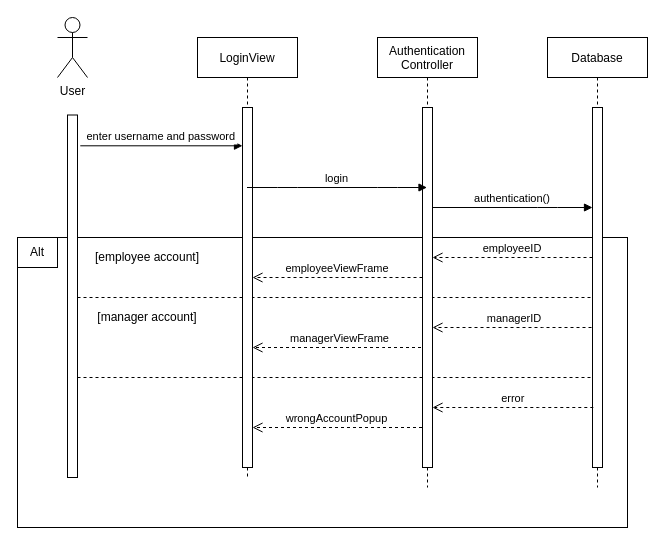
Above: Diagram/Sequence Diagram/Login.drawio in hakunhan/employee_management (draw.io), before the change. Source tidied: cells renumbered, new cells numbered last; positions are measured from the earlier drawing's top-left corner, leaving out a move shared by most shapes. Both pictures are drawn from the tidied source at 100%, with x=0, y=0 at pixel (17, 17).
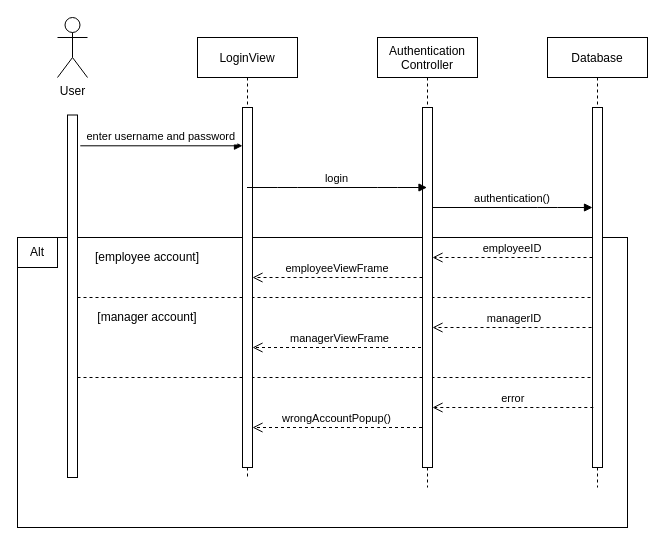
The same diagram, later.

Unchanged cells that the change refers to:
```xml
<mxCell id="8" style="points=[];perimeter=orthogonalPerimeter;rounded=0;shadow=0;strokeWidth=1;" parent="7" vertex="1">
  <mxGeometry x="45" y="70" width="10" height="360" as="geometry" />
</mxCell>
```

The edit, as a diff of the source:
```diff
@@
-    <mxCell id="24" value="wrongAccountPopup" style="verticalAlign=bottom;endArrow=open;dashed=1;endSize=8;shadow=0;strokeWidth=1;" parent="1" edge="1" target="8">
+    <mxCell id="24" value="wrongAccountPopup()" style="verticalAlign=bottom;endArrow=open;dashed=1;endSize=8;shadow=0;strokeWidth=1;" parent="1" edge="1" target="8">
       <mxGeometry relative="1" as="geometry">
         <mxPoint x="404.5" y="410" as="sourcePoint" />
         <Array as="points">
           <mxPoint x="350" y="410" />
         </Array>
       </mxGeometry>
     </mxCell>
```
